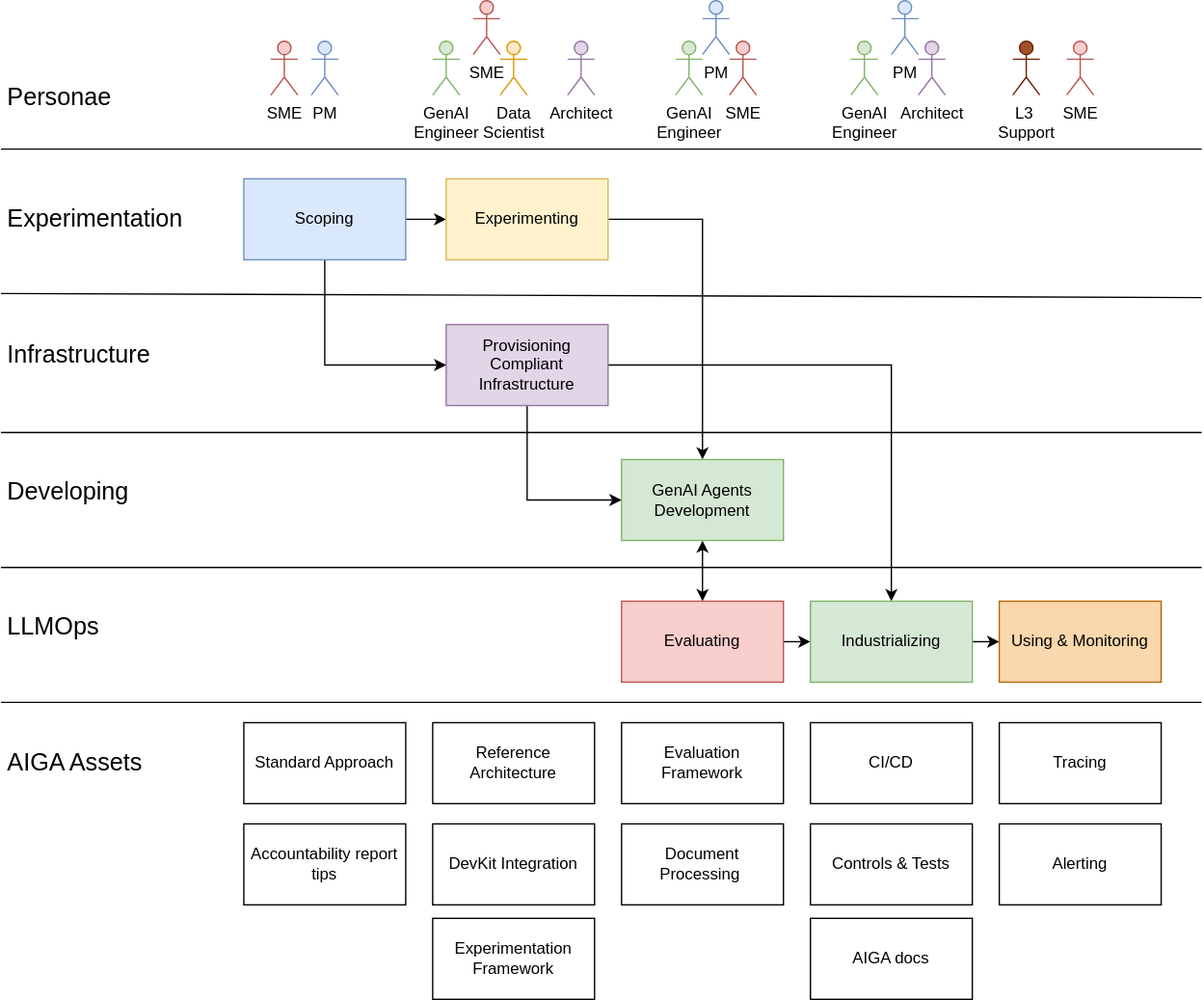
This is docs/onboarding/assets/AIGAFlow.svg from crew-sherlock/Experiment1, a draw.io export, as it was before one commit. Source tidied: cells renumbered, new cells last; positions are measured from the earlier drawing's top-left corner, leaving out a move shared by most shapes. Its diagram source:
```xml
<mxGraphModel>
  <root>
    <mxCell id="0" />
    <mxCell id="1" parent="0" />
    <mxCell id="2" value="&lt;font style=&quot;font-size: 18px;&quot;&gt;Infrastructure&lt;/font&gt;" style="text;html=1;align=left;verticalAlign=middle;whiteSpace=wrap;rounded=0;" parent="1" vertex="1">
      <mxGeometry x="3" y="218" width="150" height="90" as="geometry" />
    </mxCell>
    <mxCell id="3" style="edgeStyle=orthogonalEdgeStyle;rounded=0;jettySize=auto;html=1;entryX=0;entryY=0.5;entryDx=0;entryDy=0;exitX=0.5;exitY=1;exitDx=0;exitDy=0;" parent="1" edge="1" source="5" target="16">
      <mxGeometry relative="1" as="geometry" />
    </mxCell>
    <mxCell id="4" style="edgeStyle=orthogonalEdgeStyle;rounded=0;jettySize=auto;html=1;entryX=0.5;entryY=0;entryDx=0;entryDy=0;" parent="1" edge="1" source="5" target="21">
      <mxGeometry relative="1" as="geometry" />
    </mxCell>
    <mxCell id="5" value="Provisioning Compliant Infrastructure" style="rounded=0;whiteSpace=wrap;html=1;fillColor=#e1d5e7;strokeColor=#9673a6;" parent="1" vertex="1">
      <mxGeometry x="330" y="240" width="120" height="60" as="geometry" />
    </mxCell>
    <mxCell id="6" value="&lt;font style=&quot;font-size: 18px;&quot;&gt;Personae&lt;/font&gt;" style="text;html=1;align=left;verticalAlign=middle;whiteSpace=wrap;rounded=0;" parent="1" vertex="1">
      <mxGeometry x="3" y="27" width="150" height="90" as="geometry" />
    </mxCell>
    <mxCell id="7" value="PM" style="shape=umlActor;verticalLabelPosition=bottom;verticalAlign=top;html=1;fillColor=#dae8fc;strokeColor=#6c8ebf;" parent="1" vertex="1">
      <mxGeometry x="230" y="30" width="20" height="40" as="geometry" />
    </mxCell>
    <mxCell id="8" value="&lt;font style=&quot;font-size: 18px;&quot;&gt;Experimentation&lt;/font&gt;" style="text;html=1;align=left;verticalAlign=middle;whiteSpace=wrap;rounded=0;" parent="1" vertex="1">
      <mxGeometry x="3" y="117" width="150" height="90" as="geometry" />
    </mxCell>
    <mxCell id="9" style="edgeStyle=orthogonalEdgeStyle;rounded=0;jettySize=auto;html=1;exitX=1;exitY=0.5;exitDx=0;exitDy=0;entryX=0;entryY=0.5;entryDx=0;entryDy=0;" parent="1" edge="1" source="11" target="13">
      <mxGeometry relative="1" as="geometry" />
    </mxCell>
    <mxCell id="10" style="edgeStyle=orthogonalEdgeStyle;rounded=0;jettySize=auto;html=1;exitX=0.5;exitY=1;exitDx=0;exitDy=0;entryX=0;entryY=0.5;entryDx=0;entryDy=0;" parent="1" edge="1" source="11" target="5">
      <mxGeometry relative="1" as="geometry" />
    </mxCell>
    <mxCell id="11" value="Scoping" style="rounded=0;whiteSpace=wrap;html=1;fillColor=#dae8fc;strokeColor=#6c8ebf;" parent="1" vertex="1">
      <mxGeometry x="180" y="132" width="120" height="60" as="geometry" />
    </mxCell>
    <mxCell id="12" style="edgeStyle=orthogonalEdgeStyle;rounded=0;jettySize=auto;html=1;exitX=1;exitY=0.5;exitDx=0;exitDy=0;" parent="1" edge="1" source="13" target="16">
      <mxGeometry relative="1" as="geometry" />
    </mxCell>
    <mxCell id="13" value="Experimenting" style="rounded=0;whiteSpace=wrap;html=1;fillColor=#fff2cc;strokeColor=#d6b656;" parent="1" vertex="1">
      <mxGeometry x="330" y="132" width="120" height="60" as="geometry" />
    </mxCell>
    <mxCell id="14" value="&lt;font style=&quot;font-size: 18px;&quot;&gt;Developing&lt;/font&gt;" style="text;html=1;align=left;verticalAlign=middle;whiteSpace=wrap;rounded=0;" parent="1" vertex="1">
      <mxGeometry x="3" y="319" width="150" height="90" as="geometry" />
    </mxCell>
    <mxCell id="15" style="edgeStyle=orthogonalEdgeStyle;rounded=0;jettySize=auto;html=1;exitX=0.5;exitY=1;exitDx=0;exitDy=0;entryX=0.5;entryY=0;entryDx=0;entryDy=0;endArrow=classic;endFill=1;startArrow=classic;startFill=1;" parent="1" edge="1" source="16" target="19">
      <mxGeometry relative="1" as="geometry" />
    </mxCell>
    <mxCell id="16" value="GenAI Agents Development" style="rounded=0;whiteSpace=wrap;html=1;fillColor=#d5e8d4;strokeColor=#82b366;" parent="1" vertex="1">
      <mxGeometry x="460" y="340" width="120" height="60" as="geometry" />
    </mxCell>
    <mxCell id="17" value="&lt;font style=&quot;font-size: 18px;&quot;&gt;LLMOps&lt;/font&gt;" style="text;html=1;align=left;verticalAlign=middle;whiteSpace=wrap;rounded=0;" parent="1" vertex="1">
      <mxGeometry x="3" y="419" width="150" height="90" as="geometry" />
    </mxCell>
    <mxCell id="18" style="edgeStyle=orthogonalEdgeStyle;rounded=0;jettySize=auto;html=1;exitX=1;exitY=0.5;exitDx=0;exitDy=0;entryX=0;entryY=0.5;entryDx=0;entryDy=0;" parent="1" edge="1" source="19" target="21">
      <mxGeometry relative="1" as="geometry" />
    </mxCell>
    <mxCell id="19" value="Evaluating" style="rounded=0;whiteSpace=wrap;html=1;fillColor=#f8cecc;strokeColor=#b85450;" parent="1" vertex="1">
      <mxGeometry x="460" y="445" width="120" height="60" as="geometry" />
    </mxCell>
    <mxCell id="20" style="edgeStyle=orthogonalEdgeStyle;rounded=0;jettySize=auto;html=1;exitX=1;exitY=0.5;exitDx=0;exitDy=0;entryX=0;entryY=0.5;entryDx=0;entryDy=0;" parent="1" edge="1" source="21" target="22">
      <mxGeometry relative="1" as="geometry" />
    </mxCell>
    <mxCell id="21" value="Industrializing" style="rounded=0;whiteSpace=wrap;html=1;fillColor=#d5e8d4;strokeColor=#82b366;" parent="1" vertex="1">
      <mxGeometry x="600" y="445" width="120" height="60" as="geometry" />
    </mxCell>
    <mxCell id="22" value="Using &amp;amp; Monitoring" style="rounded=0;whiteSpace=wrap;html=1;fillColor=#fad7ac;strokeColor=#b46504;" parent="1" vertex="1">
      <mxGeometry x="740" y="445" width="120" height="60" as="geometry" />
    </mxCell>
    <mxCell id="23" value="Architect" style="shape=umlActor;verticalLabelPosition=bottom;verticalAlign=top;html=1;fillColor=#e1d5e7;strokeColor=#9673a6;" parent="1" vertex="1">
      <mxGeometry x="420" y="30" width="20" height="40" as="geometry" />
    </mxCell>
    <mxCell id="24" value="GenAI&lt;div&gt;Engineer&lt;/div&gt;" style="shape=umlActor;verticalLabelPosition=bottom;verticalAlign=top;html=1;fillColor=#d5e8d4;strokeColor=#82b366;" parent="1" vertex="1">
      <mxGeometry x="320" y="30" width="20" height="40" as="geometry" />
    </mxCell>
    <mxCell id="25" value="Data&lt;div&gt;Scientist&lt;/div&gt;" style="shape=umlActor;verticalLabelPosition=bottom;verticalAlign=top;html=1;fillColor=#ffe6cc;strokeColor=#d79b00;" parent="1" vertex="1">
      <mxGeometry x="370" y="30" width="20" height="40" as="geometry" />
    </mxCell>
    <mxCell id="26" value="GenAI&lt;div&gt;Engineer&lt;/div&gt;" style="shape=umlActor;verticalLabelPosition=bottom;verticalAlign=top;html=1;fillColor=#d5e8d4;strokeColor=#82b366;" parent="1" vertex="1">
      <mxGeometry x="500" y="30" width="20" height="40" as="geometry" />
    </mxCell>
    <mxCell id="27" value="SME" style="shape=umlActor;verticalLabelPosition=bottom;verticalAlign=top;html=1;fillColor=#f8cecc;strokeColor=#b85450;" parent="1" vertex="1">
      <mxGeometry x="350" width="20" height="40" as="geometry" />
    </mxCell>
    <mxCell id="28" value="SME" style="shape=umlActor;verticalLabelPosition=bottom;verticalAlign=top;html=1;fillColor=#f8cecc;strokeColor=#b85450;" parent="1" vertex="1">
      <mxGeometry x="540" y="30" width="20" height="40" as="geometry" />
    </mxCell>
    <mxCell id="29" value="SME" style="shape=umlActor;verticalLabelPosition=bottom;verticalAlign=top;html=1;fillColor=#f8cecc;strokeColor=#b85450;" parent="1" vertex="1">
      <mxGeometry x="200" y="30" width="20" height="40" as="geometry" />
    </mxCell>
    <mxCell id="30" value="GenAI&lt;div&gt;Engineer&lt;/div&gt;" style="shape=umlActor;verticalLabelPosition=bottom;verticalAlign=top;html=1;fillColor=#d5e8d4;strokeColor=#82b366;" parent="1" vertex="1">
      <mxGeometry x="630" y="30" width="20" height="40" as="geometry" />
    </mxCell>
    <mxCell id="31" value="&lt;font color=&quot;#000000&quot;&gt;L3&amp;nbsp;&lt;/font&gt;&lt;div&gt;&lt;font color=&quot;#000000&quot;&gt;Support&lt;/font&gt;&lt;/div&gt;" style="shape=umlActor;verticalLabelPosition=bottom;verticalAlign=top;html=1;fillColor=#a0522d;strokeColor=#6D1F00;fontColor=#ffffff;" parent="1" vertex="1">
      <mxGeometry x="750" y="30" width="20" height="40" as="geometry" />
    </mxCell>
    <mxCell id="32" value="&lt;font style=&quot;font-size: 18px;&quot;&gt;AIGA Assets&lt;/font&gt;" style="text;html=1;align=left;verticalAlign=middle;whiteSpace=wrap;rounded=0;" parent="1" vertex="1">
      <mxGeometry x="3" y="520" width="150" height="90" as="geometry" />
    </mxCell>
    <mxCell id="33" style="endArrow=none;html=1;rounded=0;" parent="1" edge="1">
      <mxGeometry relative="1" as="geometry">
        <mxPoint y="217" as="sourcePoint" />
        <mxPoint x="890" y="220" as="targetPoint" />
      </mxGeometry>
    </mxCell>
    <mxCell id="34" style="endArrow=none;html=1;rounded=0;" parent="1" edge="1">
      <mxGeometry relative="1" as="geometry">
        <mxPoint y="110" as="sourcePoint" />
        <mxPoint x="890" y="110" as="targetPoint" />
      </mxGeometry>
    </mxCell>
    <mxCell id="35" style="endArrow=none;html=1;rounded=0;" parent="1" edge="1">
      <mxGeometry relative="1" as="geometry">
        <mxPoint y="320" as="sourcePoint" />
        <mxPoint x="890" y="320" as="targetPoint" />
      </mxGeometry>
    </mxCell>
    <mxCell id="36" style="endArrow=none;html=1;rounded=0;" parent="1" edge="1">
      <mxGeometry relative="1" as="geometry">
        <mxPoint y="420" as="sourcePoint" />
        <mxPoint x="890" y="420" as="targetPoint" />
      </mxGeometry>
    </mxCell>
    <mxCell id="37" style="endArrow=none;html=1;rounded=0;" parent="1" edge="1">
      <mxGeometry relative="1" as="geometry">
        <mxPoint y="520" as="sourcePoint" />
        <mxPoint x="890" y="520" as="targetPoint" />
      </mxGeometry>
    </mxCell>
    <mxCell id="38" value="PM" style="shape=umlActor;verticalLabelPosition=bottom;verticalAlign=top;html=1;fillColor=#dae8fc;strokeColor=#6c8ebf;" parent="1" vertex="1">
      <mxGeometry x="520" width="20" height="40" as="geometry" />
    </mxCell>
    <mxCell id="39" value="SME" style="shape=umlActor;verticalLabelPosition=bottom;verticalAlign=top;html=1;fillColor=#f8cecc;strokeColor=#b85450;" parent="1" vertex="1">
      <mxGeometry x="790" y="30" width="20" height="40" as="geometry" />
    </mxCell>
    <mxCell id="40" value="Standard Approach" style="rounded=0;whiteSpace=wrap;html=1;" parent="1" vertex="1">
      <mxGeometry x="180" y="535" width="120" height="60" as="geometry" />
    </mxCell>
    <mxCell id="41" value="Reference Architecture" style="rounded=0;whiteSpace=wrap;html=1;" parent="1" vertex="1">
      <mxGeometry x="320" y="535" width="120" height="60" as="geometry" />
    </mxCell>
    <mxCell id="42" value="DevKit Integration" style="rounded=0;whiteSpace=wrap;html=1;" parent="1" vertex="1">
      <mxGeometry x="320" y="610" width="120" height="60" as="geometry" />
    </mxCell>
    <mxCell id="43" value="Evaluation Framework" style="rounded=0;whiteSpace=wrap;html=1;" parent="1" vertex="1">
      <mxGeometry x="460" y="535" width="120" height="60" as="geometry" />
    </mxCell>
    <mxCell id="44" value="Experimentation Framework" style="rounded=0;whiteSpace=wrap;html=1;" parent="1" vertex="1">
      <mxGeometry x="320" y="680" width="120" height="60" as="geometry" />
    </mxCell>
    <mxCell id="45" value="Document Processing&amp;nbsp;" style="rounded=0;whiteSpace=wrap;html=1;" parent="1" vertex="1">
      <mxGeometry x="460" y="610" width="120" height="60" as="geometry" />
    </mxCell>
    <mxCell id="46" value="Architect" style="shape=umlActor;verticalLabelPosition=bottom;verticalAlign=top;html=1;fillColor=#e1d5e7;strokeColor=#9673a6;" parent="1" vertex="1">
      <mxGeometry x="680" y="30" width="20" height="40" as="geometry" />
    </mxCell>
    <mxCell id="47" value="PM" style="shape=umlActor;verticalLabelPosition=bottom;verticalAlign=top;html=1;fillColor=#dae8fc;strokeColor=#6c8ebf;" parent="1" vertex="1">
      <mxGeometry x="660" width="20" height="40" as="geometry" />
    </mxCell>
    <mxCell id="48" value="CI/CD" style="rounded=0;whiteSpace=wrap;html=1;" parent="1" vertex="1">
      <mxGeometry x="600" y="535" width="120" height="60" as="geometry" />
    </mxCell>
    <mxCell id="49" value="Tracing" style="rounded=0;whiteSpace=wrap;html=1;" parent="1" vertex="1">
      <mxGeometry x="740" y="535" width="120" height="60" as="geometry" />
    </mxCell>
    <mxCell id="50" value="Alerting" style="rounded=0;whiteSpace=wrap;html=1;" parent="1" vertex="1">
      <mxGeometry x="740" y="610" width="120" height="60" as="geometry" />
    </mxCell>
    <mxCell id="51" value="Controls &amp;amp; Tests" style="rounded=0;whiteSpace=wrap;html=1;" parent="1" vertex="1">
      <mxGeometry x="600" y="610" width="120" height="60" as="geometry" />
    </mxCell>
    <mxCell id="52" value="Accountability report tips" style="rounded=0;whiteSpace=wrap;html=1;" parent="1" vertex="1">
      <mxGeometry x="180" y="610" width="120" height="60" as="geometry" />
    </mxCell>
    <mxCell id="53" value="AIGA docs" style="rounded=0;whiteSpace=wrap;html=1;" parent="1" vertex="1">
      <mxGeometry x="600" y="680" width="120" height="60" as="geometry" />
    </mxCell>
  </root>
</mxGraphModel>
```
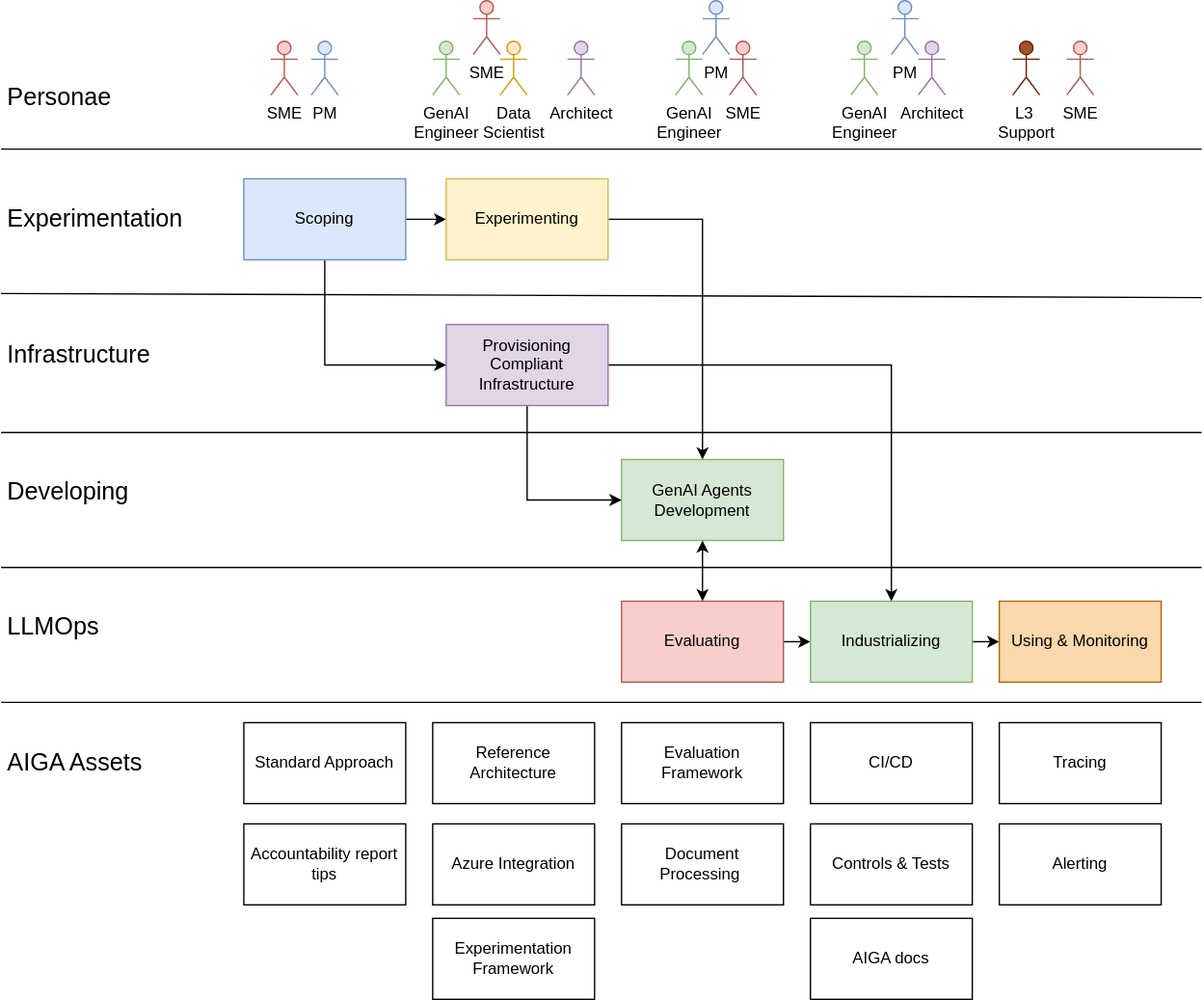
The same diagram one commit later.

Diff of the diagram source:
```diff
@@ -137,7 +137,7 @@
     <mxCell id="41" value="Reference Architecture" style="rounded=0;whiteSpace=wrap;html=1;" parent="1" vertex="1">
       <mxGeometry x="320" y="535" width="120" height="60" as="geometry" />
     </mxCell>
-    <mxCell id="42" value="DevKit Integration" style="rounded=0;whiteSpace=wrap;html=1;" parent="1" vertex="1">
+    <mxCell id="42" value="Azure Integration" style="rounded=0;whiteSpace=wrap;html=1;" parent="1" vertex="1">
       <mxGeometry x="320" y="610" width="120" height="60" as="geometry" />
     </mxCell>
     <mxCell id="43" value="Evaluation Framework" style="rounded=0;whiteSpace=wrap;html=1;" parent="1" vertex="1">
```
